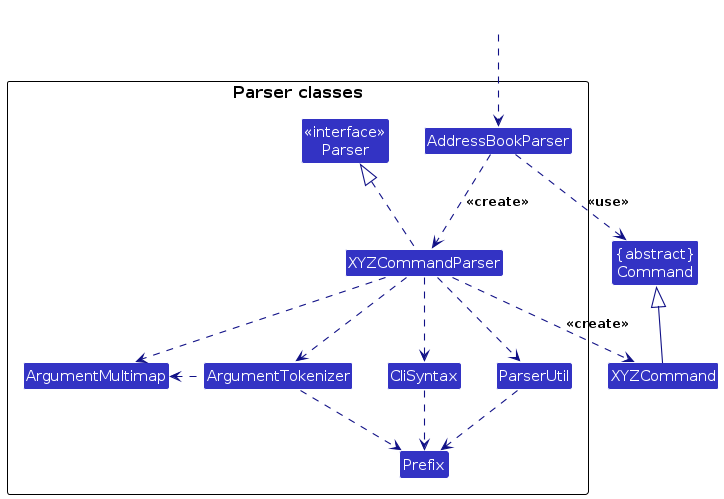
Earlier version of the PlantUML export diagrams/ParserClasses.png (AY2627S1-CS2103T-T15-3/tp). Its source is kept beside it as diagrams/ParserClasses.puml. Source of this version:
```plantuml
@startuml
!include style.puml
skinparam arrowThickness 1.1
skinparam arrowColor LOGIC_COLOR_T4
skinparam classBackgroundColor LOGIC_COLOR

Class "{abstract}\nCommand" as Command
Class XYZCommand

package "Parser classes"{
Class "<<interface>>\nParser" as Parser
Class AddressBookParser
Class XYZCommandParser
Class CliSyntax
Class ParserUtil
Class ArgumentMultimap
Class ArgumentTokenizer
Class Prefix
}

Class HiddenOutside #FFFFFF
HiddenOutside ..> AddressBookParser

AddressBookParser .down.> XYZCommandParser: <<create>>

XYZCommandParser ..> XYZCommand : <<create>>
AddressBookParser ..> Command : <<use>>
XYZCommandParser .up.|> Parser
XYZCommandParser ..> ArgumentMultimap
XYZCommandParser ..> ArgumentTokenizer
ArgumentTokenizer .left.> ArgumentMultimap
XYZCommandParser ..> CliSyntax
CliSyntax ..> Prefix
XYZCommandParser ..> ParserUtil
ParserUtil .down.> Prefix
ArgumentTokenizer .down.> Prefix
XYZCommand -up-|> Command
@enduml
```
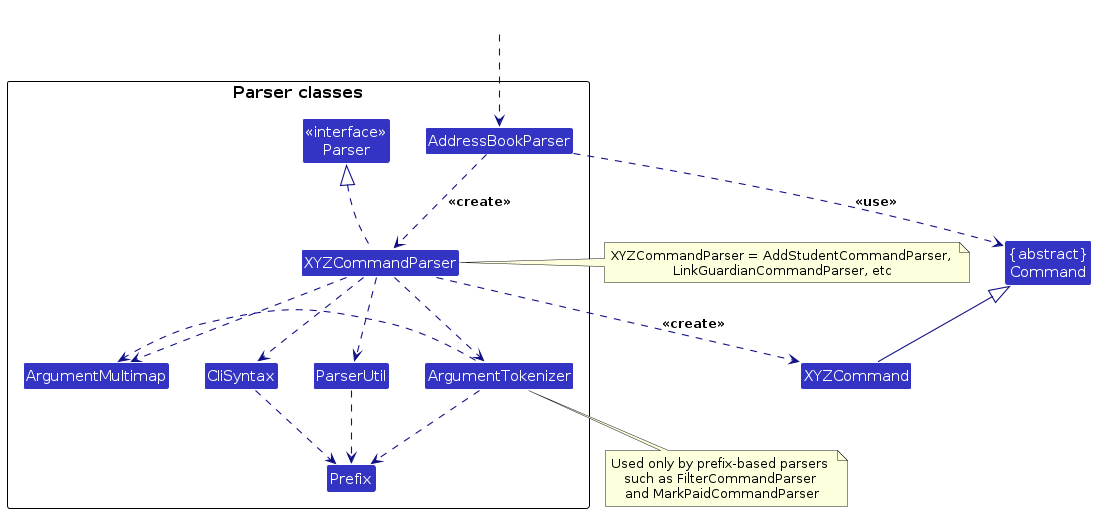
After the change.

The edit, as a diff of the source:
```diff
@@ -35,4 +35,7 @@
 ParserUtil .down.> Prefix
 ArgumentTokenizer .down.> Prefix
 XYZCommand -up-|> Command
+
+note right of XYZCommandParser: XYZCommandParser = AddStudentCommandParser, \nLinkGuardianCommandParser, etc
+note bottom of ArgumentTokenizer: Used only by prefix-based parsers \nsuch as FilterCommandParser \nand MarkPaidCommandParser
 @enduml
```
